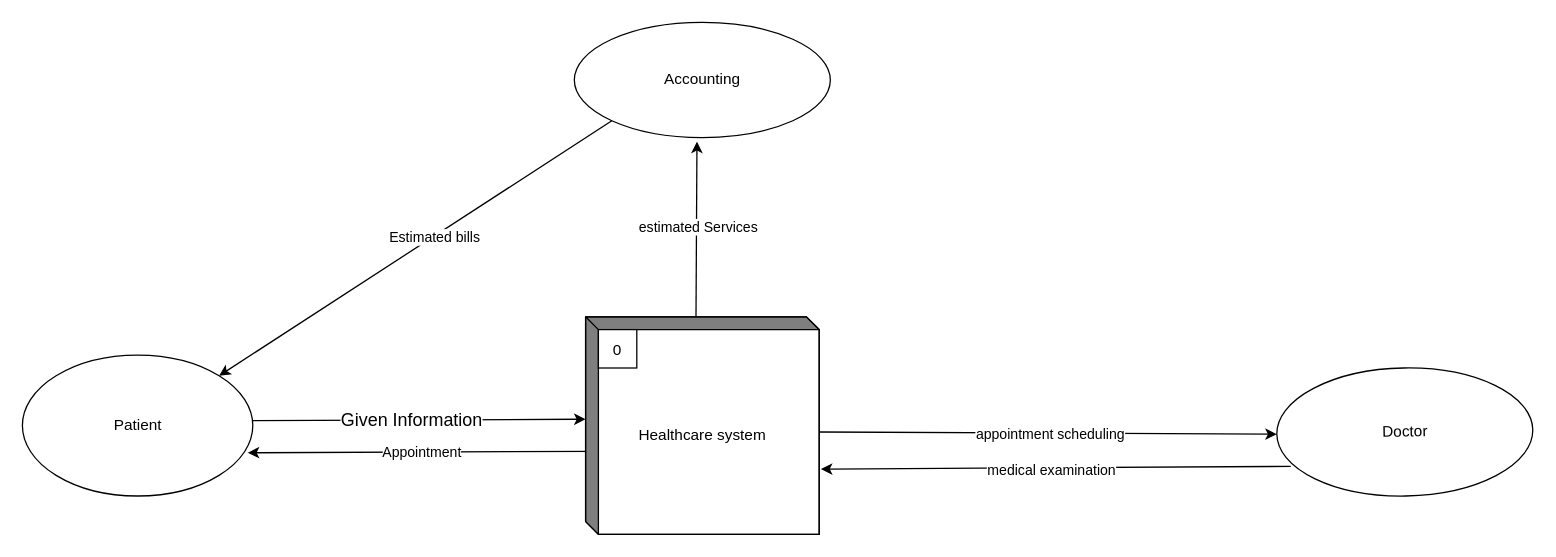
This is levelzeroDFD.drawio from srssina/Healthcare_Database_system, a draw.io file, before an edit. Source tidied: cells renumbered, new cells numbered last; positions are measured from the earlier drawing's top-left corner, leaving out a move shared by most shapes. Both pictures are drawn from the tidied source at 128%, with x=0, y=0 at pixel (22, 22).
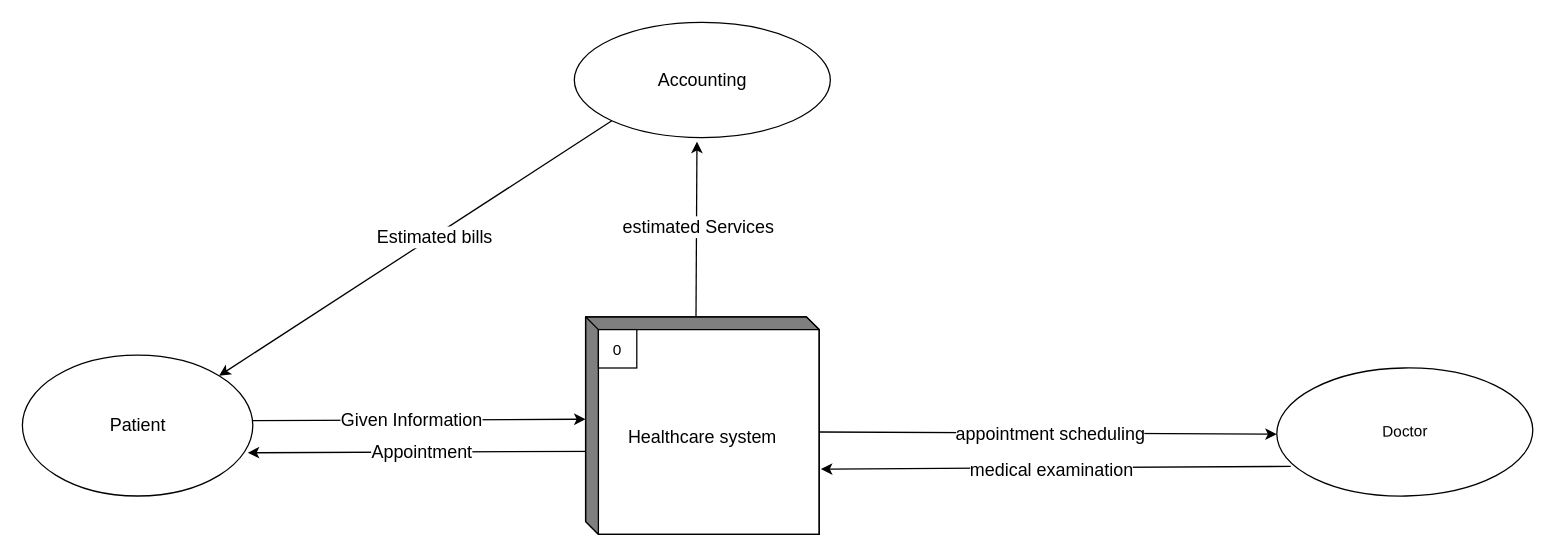
The same diagram, later.

What changed in the source:
```diff
@@
 <mxGraphModel>
   <root>
     <mxCell id="0" />
     <mxCell id="1" parent="0" />
-    <mxCell id="2" value="appointment scheduling" style="edgeStyle=none;html=1;entryX=0;entryY=0.5;entryDx=0;entryDy=0;exitX=0;exitY=0;exitDx=182.5;exitDy=90;exitPerimeter=0;" parent="1" edge="1" source="11" target="4">
+    <mxCell id="2" value="&lt;font style=&quot;font-size: 14px;&quot;&gt;appointment scheduling&lt;/font&gt;" style="edgeStyle=none;html=1;entryX=0;entryY=0.5;entryDx=0;entryDy=0;exitX=0;exitY=0;exitDx=182.5;exitDy=90;exitPerimeter=0;" parent="1" edge="1" source="11" target="4">
       <mxGeometry x="0.01" y="-1" relative="1" as="geometry" />
     </mxCell>
-    <mxCell id="3" value="medical examination" style="edgeStyle=none;html=1;entryX=1.007;entryY=0.7;entryDx=0;entryDy=0;entryPerimeter=0;exitX=0.052;exitY=0.753;exitDx=0;exitDy=0;exitPerimeter=0;" parent="1" edge="1" source="4" target="11">
+    <mxCell id="3" value="&lt;font style=&quot;font-size: 14px;&quot;&gt;medical examination&lt;/font&gt;" style="edgeStyle=none;html=1;entryX=1.007;entryY=0.7;entryDx=0;entryDy=0;entryPerimeter=0;exitX=0.052;exitY=0.753;exitDx=0;exitDy=0;exitPerimeter=0;" parent="1" edge="1" source="4" target="11">
       <mxGeometry x="0.02" y="2" relative="1" as="geometry" />
     </mxCell>
     <mxCell id="4" value="Doctor" style="shape=ellipse;html=1;dashed=0;whitespace=wrap;perimeter=ellipsePerimeter;rounded=0;strokeColor=default;fillColor=default;gradientColor=none;rotation=-1;" parent="1" vertex="1">
       <mxGeometry x="980" y="270" width="200" height="100" as="geometry" />
     </mxCell>
-    <mxCell id="5" value="estimated Services" style="edgeStyle=none;html=1;entryX=0.479;entryY=1.035;entryDx=0;entryDy=0;exitX=0;exitY=0;exitDx=86.25;exitDy=0;exitPerimeter=0;entryPerimeter=0;" parent="1" edge="1" source="11" target="6">
+    <mxCell id="5" value="&lt;font style=&quot;font-size: 14px;&quot;&gt;estimated Services&lt;/font&gt;" style="edgeStyle=none;html=1;entryX=0.479;entryY=1.035;entryDx=0;entryDy=0;exitX=0;exitY=0;exitDx=86.25;exitDy=0;exitPerimeter=0;entryPerimeter=0;" parent="1" edge="1" source="11" target="6">
       <mxGeometry x="0.02" y="-1" relative="1" as="geometry" />
     </mxCell>
-    <mxCell id="6" value="Accounting" style="shape=ellipse;html=1;dashed=0;whitespace=wrap;perimeter=ellipsePerimeter;rounded=0;strokeColor=default;fillColor=default;gradientColor=none;" parent="1" vertex="1">
+    <mxCell id="6" value="&lt;font style=&quot;font-size: 14px;&quot;&gt;Accounting&lt;/font&gt;" style="shape=ellipse;html=1;dashed=0;whitespace=wrap;perimeter=ellipsePerimeter;rounded=0;strokeColor=default;fillColor=default;gradientColor=none;" parent="1" vertex="1">
       <mxGeometry x="431.2" width="200" height="90" as="geometry" />
     </mxCell>
-    <mxCell id="7" value="&lt;span style=&quot;font-size: 14px;&quot;&gt;Given Information&lt;/span&gt;" style="edgeStyle=none;html=1;exitX=0.997;exitY=0.465;exitDx=0;exitDy=0;entryX=0;entryY=0;entryDx=0;entryDy=80;entryPerimeter=0;exitPerimeter=0;" parent="1" edge="1" source="9" target="11">
+    <mxCell id="7" value="&lt;font style=&quot;font-size: 14px;&quot;&gt;Given Information&lt;/font&gt;" style="edgeStyle=none;html=1;exitX=0.997;exitY=0.465;exitDx=0;exitDy=0;entryX=0;entryY=0;entryDx=0;entryDy=80;entryPerimeter=0;exitPerimeter=0;" parent="1" edge="1" source="9" target="11">
       <mxGeometry x="-0.04" relative="1" as="geometry" />
     </mxCell>
-    <mxCell id="8" value="Estimated bills" style="edgeStyle=none;html=1;entryX=1;entryY=0;entryDx=0;entryDy=0;exitX=0;exitY=1;exitDx=0;exitDy=0;" parent="1" edge="1" source="6" target="9">
+    <mxCell id="8" value="&lt;font style=&quot;font-size: 14px;&quot;&gt;Estimated bills&lt;/font&gt;" style="edgeStyle=none;html=1;entryX=1;entryY=0;entryDx=0;entryDy=0;exitX=0;exitY=1;exitDx=0;exitDy=0;" parent="1" edge="1" source="6" target="9">
       <mxGeometry x="-0.09" y="1" relative="1" as="geometry" />
     </mxCell>
-    <mxCell id="9" value="Patient" style="shape=ellipse;html=1;dashed=0;whitespace=wrap;perimeter=ellipsePerimeter;rounded=0;strokeColor=default;fillColor=default;gradientColor=none;" parent="1" vertex="1">
+    <mxCell id="9" value="&lt;font style=&quot;font-size: 14px;&quot;&gt;Patient&lt;/font&gt;" style="shape=ellipse;html=1;dashed=0;whitespace=wrap;perimeter=ellipsePerimeter;rounded=0;strokeColor=default;fillColor=default;gradientColor=none;" parent="1" vertex="1">
       <mxGeometry y="260" width="180" height="110" as="geometry" />
     </mxCell>
-    <mxCell id="10" value="Appointment" style="edgeStyle=none;html=1;exitX=0.038;exitY=0.618;exitDx=0;exitDy=0;exitPerimeter=0;entryX=0.978;entryY=0.693;entryDx=0;entryDy=0;entryPerimeter=0;" parent="1" edge="1" source="11" target="9">
+    <mxCell id="10" value="&lt;font style=&quot;font-size: 14px;&quot;&gt;Appointment&lt;/font&gt;" style="edgeStyle=none;html=1;exitX=0.038;exitY=0.618;exitDx=0;exitDy=0;exitPerimeter=0;entryX=0.978;entryY=0.693;entryDx=0;entryDy=0;entryPerimeter=0;" parent="1" edge="1" source="11" target="9">
       <mxGeometry relative="1" as="geometry" />
     </mxCell>
-    <mxCell id="11" value="&lt;br&gt;Healthcare system" style="html=1;dashed=0;whitespace=wrap;shape=mxgraph.dfd.externalEntity;" parent="1" vertex="1">
+    <mxCell id="11" value="&lt;font style=&quot;font-size: 14px;&quot;&gt;&lt;br&gt;Healthcare system&lt;/font&gt;" style="html=1;dashed=0;whitespace=wrap;shape=mxgraph.dfd.externalEntity;" parent="1" vertex="1">
       <mxGeometry x="440" y="230" width="182.5" height="170" as="geometry" />
     </mxCell>
     <mxCell id="12" value="0" style="strokeColor=inherit;fillColor=inherit;gradientColor=inherit;" parent="11" vertex="1">
       <mxGeometry width="30" height="30" relative="1" as="geometry">
         <mxPoint x="10" y="10" as="offset" />
       </mxGeometry>
     </mxCell>
   </root>
 </mxGraphModel>
```
